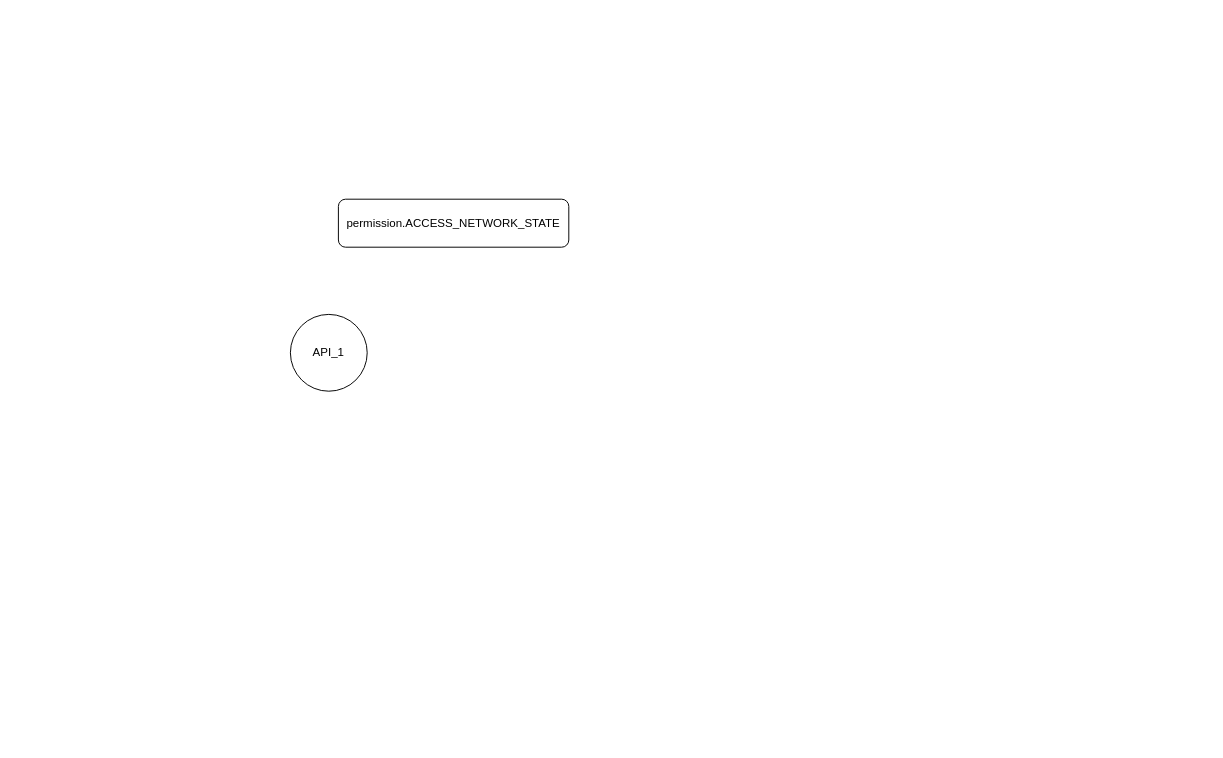
This is 未命名绘图.drawio from GPlaying/hello-world, a draw.io file, before an edit. Source tidied: cells renumbered, new cells numbered last; positions are measured from the earlier drawing's top-left corner, leaving out a move shared by most shapes. Both pictures are drawn from the tidied source at 96%, with x=0, y=0 at pixel (290, 199).
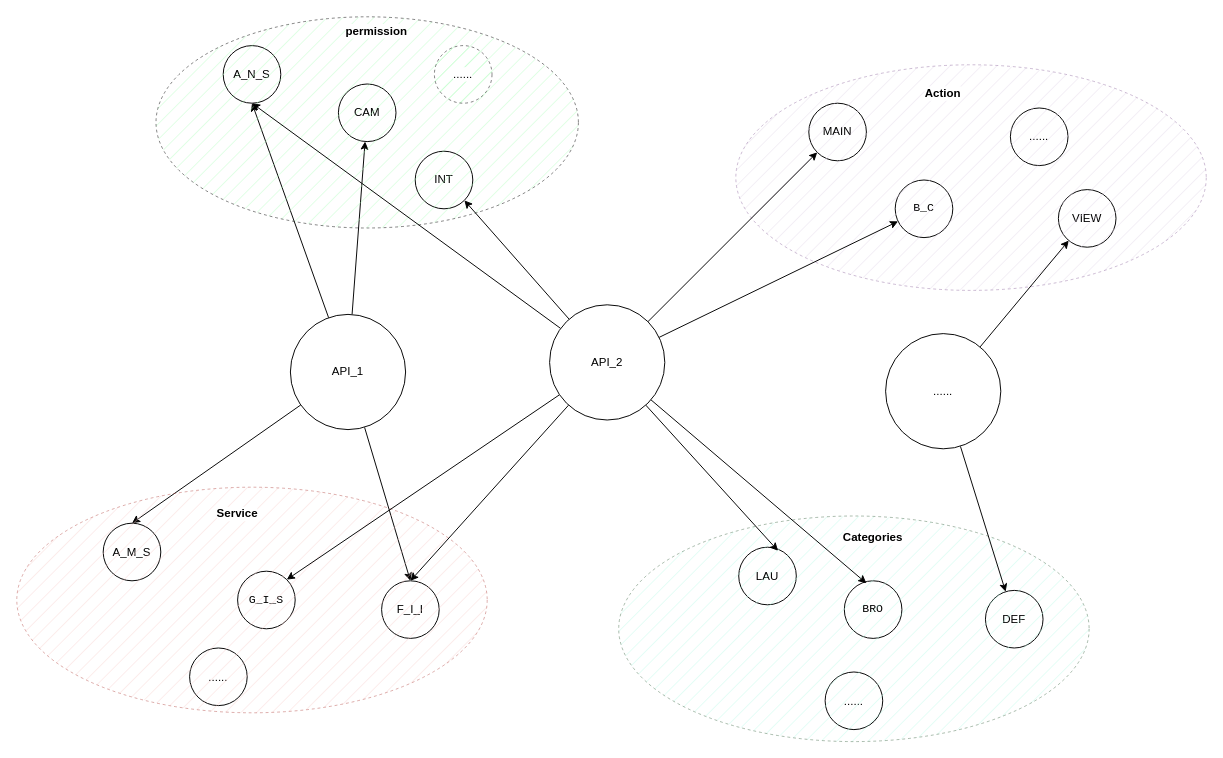
Above is the later version.

Commit message (it also covers changes not shown here):
更新未命名绘图.drawio

Diff of the diagram source:
```diff
@@
+    <mxCell id="4" style="rounded=1;jettySize=auto;html=1;entryX=0.5;entryY=1;entryDx=0;entryDy=0;" parent="1" edge="1" source="2" target="8">
+      <mxGeometry relative="1" as="geometry" />
+    </mxCell>
+    <mxCell id="5" style="edgeStyle=none;rounded=1;jettySize=auto;html=1;" parent="1" edge="1" source="2" target="10">
+      <mxGeometry relative="1" as="geometry" />
+    </mxCell>
+    <mxCell id="6" style="edgeStyle=none;rounded=1;jettySize=auto;html=1;entryX=0.5;entryY=0;entryDx=0;entryDy=0;" parent="1" edge="1" source="2" target="15">
+      <mxGeometry relative="1" as="geometry" />
+    </mxCell>
+    <mxCell id="7" style="edgeStyle=none;rounded=1;jettySize=auto;html=1;entryX=0.5;entryY=0;entryDx=0;entryDy=0;" parent="1" edge="1" source="2" target="16">
+      <mxGeometry relative="1" as="geometry" />
+    </mxCell>
     <mxCell id="2" value="API_1" style="ellipse;whiteSpace=wrap;html=1;" parent="1" vertex="1">
-      <mxGeometry y="120" width="80" height="80" as="geometry" />
+      <mxGeometry y="120" width="120" height="120" as="geometry" />
     </mxCell>
-    <mxCell id="3" value="permission.ACCESS_NETWORK_STATE" style="rounded=1;whiteSpace=wrap;html=1;labelBackgroundColor=#FFFFFF;" parent="1" vertex="1">
-      <mxGeometry x="50" width="240" height="50" as="geometry" />
-    </mxCell>
+    <mxCell id="8" value="A_N_S" style="ellipse;whiteSpace=wrap;html=1;labelBackgroundColor=#FFFFFF;" parent="1" vertex="1">
+      <mxGeometry x="-70" y="-160" width="60" height="60" as="geometry" />
+    </mxCell>
+    <mxCell id="9" value="INT" style="ellipse;whiteSpace=wrap;html=1;labelBackgroundColor=#FFFFFF;" parent="1" vertex="1">
+      <mxGeometry x="130" y="-50" width="60" height="60" as="geometry" />
+    </mxCell>
+    <mxCell id="10" value="CAM" style="ellipse;whiteSpace=wrap;html=1;labelBackgroundColor=#FFFFFF;" parent="1" vertex="1">
+      <mxGeometry x="50" y="-120" width="60" height="60" as="geometry" />
+    </mxCell>
+    <mxCell id="11" style="ellipse;whiteSpace=wrap;html=1;labelBackgroundColor=#FFFFFF;fillColor=#B0FFBD;fillStyle=hatch;gradientColor=none;strokeColor=default;opacity=50;dashed=1;" parent="1" vertex="1">
+      <mxGeometry x="-140" y="-190" width="440" height="220" as="geometry" />
+    </mxCell>
+    <mxCell id="12" value="......" style="ellipse;whiteSpace=wrap;html=1;dashed=1;labelBackgroundColor=#FFFFFF;fillStyle=hatch;strokeColor=default;fillColor=#B0FFBD;gradientColor=none;opacity=50;" parent="1" vertex="1">
+      <mxGeometry x="150" y="-160" width="60" height="60" as="geometry" />
+    </mxCell>
+    <mxCell id="13" value="&lt;pre style=&quot;text-align: start; overflow-wrap: break-word;&quot;&gt;G_I_S&lt;/pre&gt;" style="ellipse;whiteSpace=wrap;html=1;labelBackgroundColor=#FFFFFF;fillStyle=hatch;strokeColor=default;fillColor=none;gradientColor=none;" parent="1" vertex="1">
+      <mxGeometry x="-55" y="387.5" width="60" height="60" as="geometry" />
+    </mxCell>
+    <mxCell id="14" value="permission" style="text;html=1;strokeColor=none;fillColor=none;align=center;verticalAlign=middle;whiteSpace=wrap;rounded=0;labelBackgroundColor=#FFFFFF;fillStyle=hatch;opacity=50;fontStyle=1;" parent="1" vertex="1">
+      <mxGeometry x="60" y="-190" width="60" height="30" as="geometry" />
+    </mxCell>
+    <mxCell id="15" value="A_M_S" style="ellipse;whiteSpace=wrap;html=1;labelBackgroundColor=#FFFFFF;fillStyle=hatch;strokeColor=default;fillColor=none;gradientColor=none;" parent="1" vertex="1">
+      <mxGeometry x="-195" y="337.5" width="60" height="60" as="geometry" />
+    </mxCell>
+    <mxCell id="16" value="F_I_I&lt;br&gt;" style="ellipse;whiteSpace=wrap;html=1;labelBackgroundColor=#FFFFFF;fillStyle=hatch;strokeColor=default;fillColor=none;gradientColor=none;" parent="1" vertex="1">
+      <mxGeometry x="95" y="397.5" width="60" height="60" as="geometry" />
+    </mxCell>
+    <mxCell id="17" value="......" style="ellipse;whiteSpace=wrap;html=1;labelBackgroundColor=#FFFFFF;fillStyle=hatch;strokeColor=default;fillColor=none;gradientColor=none;" parent="1" vertex="1">
+      <mxGeometry x="-105" y="467.5" width="60" height="60" as="geometry" />
+    </mxCell>
+    <mxCell id="18" style="ellipse;whiteSpace=wrap;html=1;labelBackgroundColor=#FFFFFF;fillStyle=hatch;strokeColor=#b85450;fillColor=#f8cecc;opacity=50;dashed=1;" parent="1" vertex="1">
+      <mxGeometry x="-285" y="300" width="490" height="235" as="geometry" />
+    </mxCell>
+    <mxCell id="19" value="Service" style="text;html=1;strokeColor=none;fillColor=none;align=center;verticalAlign=middle;whiteSpace=wrap;rounded=0;dashed=1;labelBackgroundColor=#FFFFFF;fillStyle=hatch;opacity=50;fontStyle=1;" parent="1" vertex="1">
+      <mxGeometry x="-85" y="312.5" width="60" height="30" as="geometry" />
+    </mxCell>
+    <mxCell id="20" value="&lt;pre style=&quot;text-align: start; overflow-wrap: break-word;&quot;&gt;B_C&lt;/pre&gt;" style="ellipse;whiteSpace=wrap;html=1;labelBackgroundColor=#FFFFFF;fillStyle=hatch;strokeColor=default;fillColor=none;gradientColor=none;" parent="1" vertex="1">
+      <mxGeometry x="630" y="-20" width="60" height="60" as="geometry" />
+    </mxCell>
+    <mxCell id="21" value="MAIN" style="ellipse;whiteSpace=wrap;html=1;labelBackgroundColor=#FFFFFF;fillStyle=hatch;strokeColor=default;fillColor=none;gradientColor=none;" parent="1" vertex="1">
+      <mxGeometry x="540" y="-100" width="60" height="60" as="geometry" />
+    </mxCell>
+    <mxCell id="22" value="VIEW" style="ellipse;whiteSpace=wrap;html=1;labelBackgroundColor=#FFFFFF;fillStyle=hatch;strokeColor=default;fillColor=none;gradientColor=none;" parent="1" vertex="1">
+      <mxGeometry x="800" y="-10" width="60" height="60" as="geometry" />
+    </mxCell>
+    <mxCell id="23" value="......" style="ellipse;whiteSpace=wrap;html=1;labelBackgroundColor=#FFFFFF;fillStyle=hatch;strokeColor=default;fillColor=none;gradientColor=none;" parent="1" vertex="1">
+      <mxGeometry x="750" y="-95" width="60" height="60" as="geometry" />
+    </mxCell>
+    <mxCell id="24" style="ellipse;whiteSpace=wrap;html=1;labelBackgroundColor=#FFFFFF;fillStyle=hatch;strokeColor=#9673a6;fillColor=#e1d5e7;opacity=50;dashed=1;" parent="1" vertex="1">
+      <mxGeometry x="464" y="-140" width="490" height="235" as="geometry" />
+    </mxCell>
+    <mxCell id="25" value="Action" style="text;html=1;strokeColor=none;fillColor=none;align=center;verticalAlign=middle;whiteSpace=wrap;rounded=0;dashed=1;labelBackgroundColor=#FFFFFF;fillStyle=hatch;opacity=50;fontStyle=1;" parent="1" vertex="1">
+      <mxGeometry x="650" y="-125" width="60" height="30" as="geometry" />
+    </mxCell>
+    <mxCell id="26" value="&lt;pre style=&quot;text-align: start; overflow-wrap: break-word;&quot;&gt;BRO&lt;/pre&gt;" style="ellipse;whiteSpace=wrap;html=1;labelBackgroundColor=#FFFFFF;fillStyle=hatch;strokeColor=default;fillColor=none;gradientColor=none;" parent="1" vertex="1">
+      <mxGeometry x="577" y="397.5" width="60" height="60" as="geometry" />
+    </mxCell>
+    <mxCell id="27" value="LAU" style="ellipse;whiteSpace=wrap;html=1;labelBackgroundColor=#FFFFFF;fillStyle=hatch;strokeColor=default;fillColor=none;gradientColor=none;" parent="1" vertex="1">
+      <mxGeometry x="467" y="362.5" width="60" height="60" as="geometry" />
+    </mxCell>
+    <mxCell id="28" value="DEF" style="ellipse;whiteSpace=wrap;html=1;labelBackgroundColor=#FFFFFF;fillStyle=hatch;strokeColor=default;fillColor=none;gradientColor=none;" parent="1" vertex="1">
+      <mxGeometry x="724" y="407.5" width="60" height="60" as="geometry" />
+    </mxCell>
+    <mxCell id="29" value="......" style="ellipse;whiteSpace=wrap;html=1;labelBackgroundColor=#FFFFFF;fillStyle=hatch;strokeColor=default;fillColor=none;gradientColor=none;" parent="1" vertex="1">
+      <mxGeometry x="557" y="492.5" width="60" height="60" as="geometry" />
+    </mxCell>
+    <mxCell id="30" style="ellipse;whiteSpace=wrap;html=1;labelBackgroundColor=#FFFFFF;fillStyle=hatch;strokeColor=#4F7355;fillColor=#B9FAE7;opacity=50;dashed=1;fontColor=#000000;" parent="1" vertex="1">
+      <mxGeometry x="342" y="330" width="490" height="235" as="geometry" />
+    </mxCell>
+    <mxCell id="31" value="Categories" style="text;html=1;strokeColor=none;fillColor=none;align=center;verticalAlign=middle;whiteSpace=wrap;rounded=0;dashed=1;labelBackgroundColor=#FFFFFF;fillStyle=hatch;opacity=50;fontStyle=1;" parent="1" vertex="1">
+      <mxGeometry x="577" y="337.5" width="60" height="30" as="geometry" />
+    </mxCell>
+    <mxCell id="32" style="edgeStyle=none;rounded=1;jettySize=auto;html=1;entryX=1;entryY=0;entryDx=0;entryDy=0;" parent="1" edge="1" source="40" target="13">
+      <mxGeometry relative="1" as="geometry" />
+    </mxCell>
+    <mxCell id="33" style="edgeStyle=none;rounded=1;jettySize=auto;html=1;entryX=0.5;entryY=0;entryDx=0;entryDy=0;" parent="1" edge="1" source="40" target="16">
+      <mxGeometry relative="1" as="geometry" />
+    </mxCell>
+    <mxCell id="34" style="edgeStyle=none;rounded=1;jettySize=auto;html=1;entryX=1;entryY=1;entryDx=0;entryDy=0;" parent="1" edge="1" source="40" target="9">
+      <mxGeometry relative="1" as="geometry" />
+    </mxCell>
+    <mxCell id="35" style="edgeStyle=none;rounded=1;jettySize=auto;html=1;entryX=0.5;entryY=1;entryDx=0;entryDy=0;" parent="1" edge="1" source="40" target="8">
+      <mxGeometry relative="1" as="geometry" />
+    </mxCell>
+    <mxCell id="36" style="edgeStyle=none;rounded=1;jettySize=auto;html=1;" parent="1" edge="1" source="40" target="21">
+      <mxGeometry relative="1" as="geometry" />
+    </mxCell>
+    <mxCell id="37" style="edgeStyle=none;rounded=1;jettySize=auto;html=1;" parent="1" edge="1" source="40" target="20">
+      <mxGeometry relative="1" as="geometry" />
+    </mxCell>
+    <mxCell id="38" style="edgeStyle=none;rounded=1;jettySize=auto;html=1;entryX=0.383;entryY=0.042;entryDx=0;entryDy=0;entryPerimeter=0;" parent="1" edge="1" source="40" target="26">
+      <mxGeometry relative="1" as="geometry" />
+    </mxCell>
+    <mxCell id="39" style="edgeStyle=none;rounded=1;jettySize=auto;html=1;entryX=0.682;entryY=0.062;entryDx=0;entryDy=0;entryPerimeter=0;" parent="1" edge="1" source="40" target="27">
+      <mxGeometry relative="1" as="geometry" />
+    </mxCell>
+    <mxCell id="40" value="API_2" style="ellipse;whiteSpace=wrap;html=1;" parent="1" vertex="1">
+      <mxGeometry x="270" y="110" width="120" height="120" as="geometry" />
+    </mxCell>
+    <mxCell id="41" style="edgeStyle=none;rounded=1;jettySize=auto;html=1;" parent="1" edge="1" source="43" target="22">
+      <mxGeometry relative="1" as="geometry" />
+    </mxCell>
+    <mxCell id="42" style="edgeStyle=none;rounded=1;jettySize=auto;html=1;" parent="1" edge="1" source="43" target="28">
+      <mxGeometry relative="1" as="geometry" />
+    </mxCell>
+    <mxCell id="43" value="......" style="ellipse;whiteSpace=wrap;html=1;" parent="1" vertex="1">
+      <mxGeometry x="620" y="140" width="120" height="120" as="geometry" />
+    </mxCell>
```
